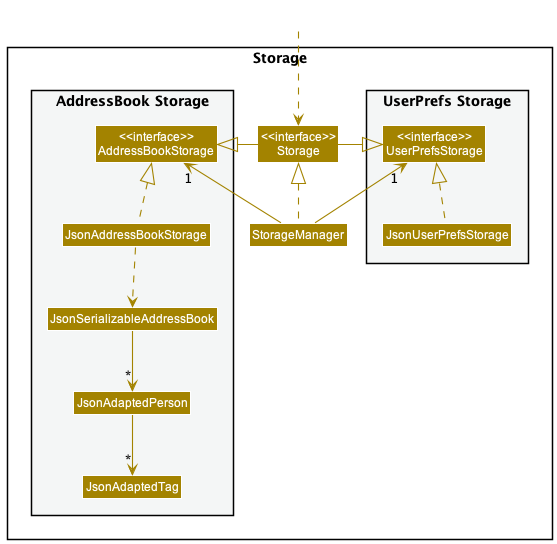
Before: docs/images/diagrams/StorageClassDiagram.png, a diagram exported from PlantUML (nus-cs2103-AY2223S2/tp). The source it was exported from:
```plantuml
@startuml
!include style.puml
skinparam arrowThickness 1.1
skinparam arrowColor STORAGE_COLOR
skinparam classBackgroundColor STORAGE_COLOR

package Storage{

package "UserPrefs Storage" #F4F6F6{
Class "<<interface>>\nUserPrefsStorage" as UserPrefsStorage
Class JsonUserPrefsStorage
}

Class "<<interface>>\nStorage" as Storage
Class StorageManager

package "AddressBook Storage" #F4F6F6{
Class "<<interface>>\nAddressBookStorage" as AddressBookStorage
Class JsonAddressBookStorage
Class JsonSerializableAddressBook
Class JsonAdaptedPerson
Class JsonAdaptedTag
}

}

Class HiddenOutside #FFFFFF
HiddenOutside ..> Storage

StorageManager .up.|> Storage
StorageManager -up-> "1" UserPrefsStorage
StorageManager -up-> "1" AddressBookStorage

Storage -left-|> UserPrefsStorage
Storage -right-|> AddressBookStorage

JsonUserPrefsStorage .up.|> UserPrefsStorage
JsonAddressBookStorage .up.|> AddressBookStorage
JsonAddressBookStorage ..> JsonSerializableAddressBook
JsonSerializableAddressBook --> "*" JsonAdaptedPerson
JsonAdaptedPerson --> "*" JsonAdaptedTag

@enduml
```
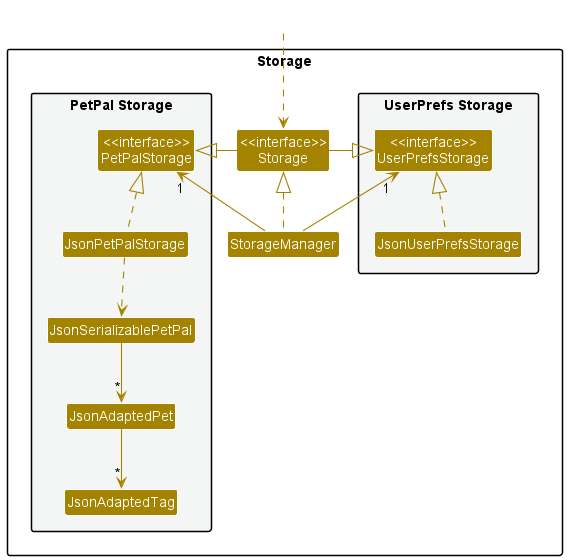
Later version of the same file.

What changed in the source:
```diff
@@ -14,11 +14,11 @@
 Class "<<interface>>\nStorage" as Storage
 Class StorageManager
 
-package "AddressBook Storage" #F4F6F6{
-Class "<<interface>>\nAddressBookStorage" as AddressBookStorage
-Class JsonAddressBookStorage
-Class JsonSerializableAddressBook
-Class JsonAdaptedPerson
+package "PetPal Storage" #F4F6F6{
+Class "<<interface>>\nPetPalStorage" as PetPalStorage
+Class JsonPetPalStorage
+Class JsonSerializablePetPal
+Class JsonAdaptedPet
 Class JsonAdaptedTag
 }
 
@@ -29,15 +29,15 @@
 
 StorageManager .up.|> Storage
 StorageManager -up-> "1" UserPrefsStorage
-StorageManager -up-> "1" AddressBookStorage
+StorageManager -up-> "1" PetPalStorage
 
 Storage -left-|> UserPrefsStorage
-Storage -right-|> AddressBookStorage
+Storage -right-|> PetPalStorage
 
 JsonUserPrefsStorage .up.|> UserPrefsStorage
-JsonAddressBookStorage .up.|> AddressBookStorage
-JsonAddressBookStorage ..> JsonSerializableAddressBook
-JsonSerializableAddressBook --> "*" JsonAdaptedPerson
-JsonAdaptedPerson --> "*" JsonAdaptedTag
+JsonPetPalStorage .up.|> PetPalStorage
+JsonPetPalStorage ..> JsonSerializablePetPal
+JsonSerializablePetPal --> "*" JsonAdaptedPet
+JsonAdaptedPet --> "*" JsonAdaptedTag
 
 @enduml
```
